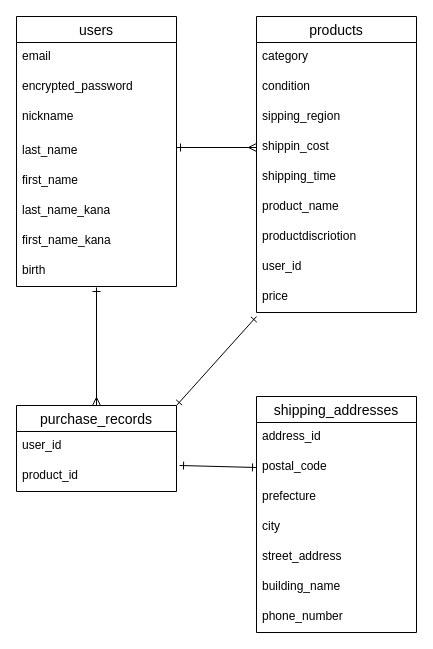
u-maki/furima-41584 keeps this draw.io diagram as furima.dio. Above is the earlier version. Source tidied: cells renumbered, new cells numbered last; positions are measured from the earlier drawing's top-left corner, leaving out a move shared by most shapes. Both pictures are drawn from the tidied source at 100%, with x=0, y=0 at pixel (16, 16).
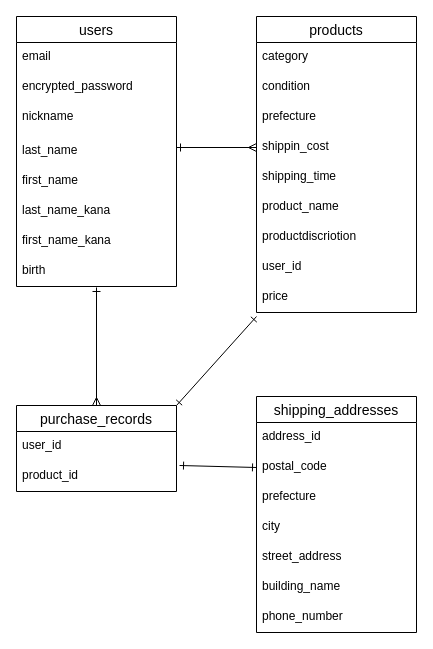
After the change.

Unchanged cells that the change refers to:
```xml
<mxCell id="11" value="products" style="swimlane;fontStyle=0;horizontal=1;startSize=26;align=center;fontSize=14;" parent="1" vertex="1">
  <mxGeometry x="240" width="160" height="296" as="geometry" />
</mxCell>
```

What changed in the source:
```diff
@@
-    <mxCell id="14" value="sipping_region" style="text;strokeColor=none;fillColor=none;spacingLeft=4;spacingRight=4;overflow=hidden;fontSize=12;" parent="11" vertex="1">
+    <mxCell id="14" value="prefecture" style="text;strokeColor=none;fillColor=none;spacingLeft=4;spacingRight=4;overflow=hidden;fontSize=12;" parent="11" vertex="1">
       <mxGeometry y="86" width="160" height="30" as="geometry" />
     </mxCell>
```
